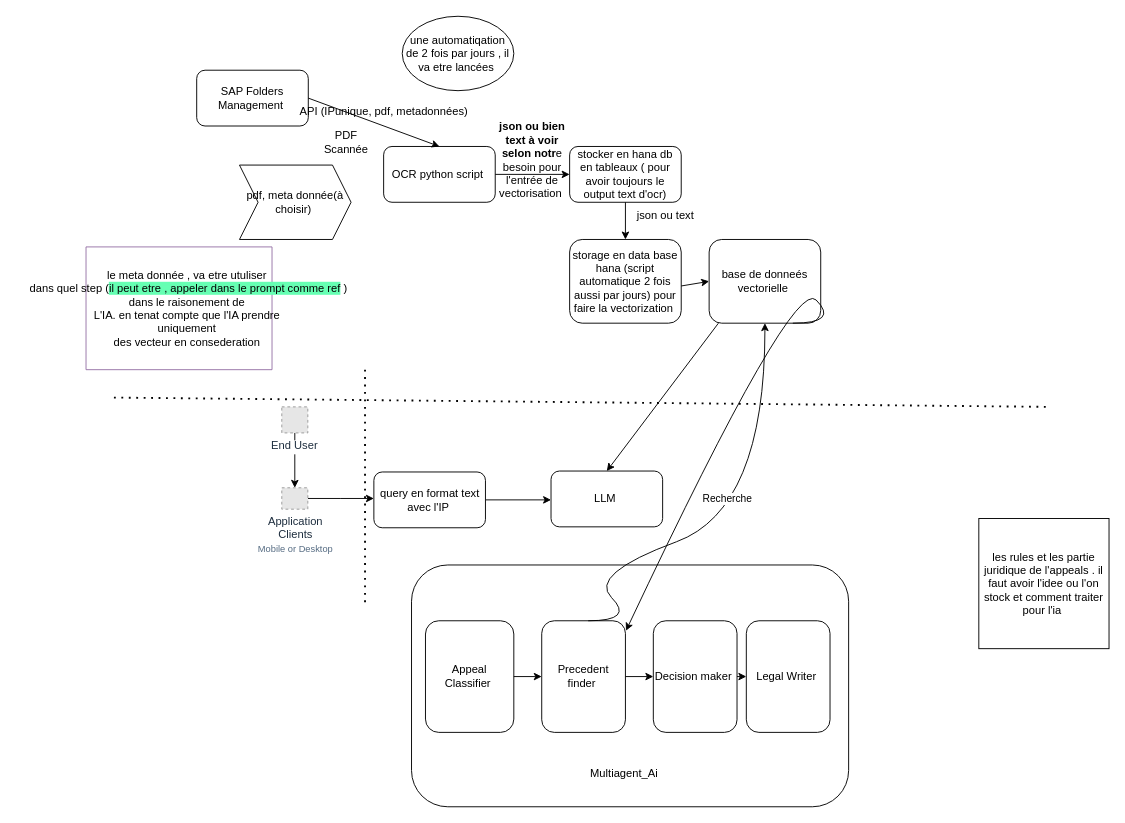
Earlier version of the draw.io diagram architectureAI_appeals.drawio (sahar389/algorithme.data_structre). Source tidied: cells renumbered, new cells numbered last; positions are measured from the earlier drawing's top-left corner, leaving out a move shared by most shapes. Both pictures are drawn from the tidied source at 93%, with x=0, y=0 at pixel (16, 16). Pictures stored in the file or linked from it are replaced by grey dashed boxes.
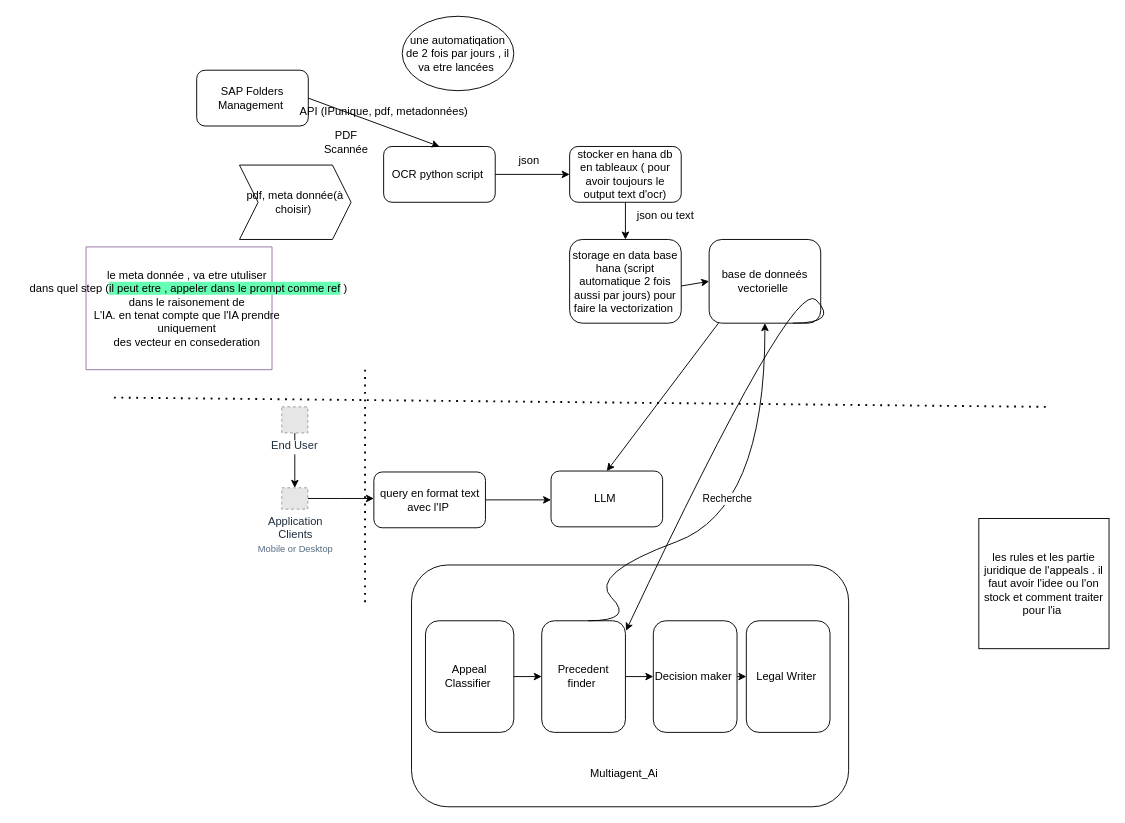
After the change.

Change to the diagram source:
```diff
@@
-    <mxCell id="14" value="&lt;b&gt;json ou bien text à voir selon notr&lt;/b&gt;e besoin pour l'entrée de vectorisation&amp;nbsp;" style="text;html=1;align=center;verticalAlign=middle;whiteSpace=wrap;rounded=0;" parent="1" vertex="1">
+    <mxCell id="14" value="json&amp;nbsp;&amp;nbsp;" style="text;html=1;align=center;verticalAlign=middle;whiteSpace=wrap;rounded=0;" parent="1" vertex="1">
       <mxGeometry x="525" y="140" width="60" height="30" as="geometry" />
     </mxCell>
```
